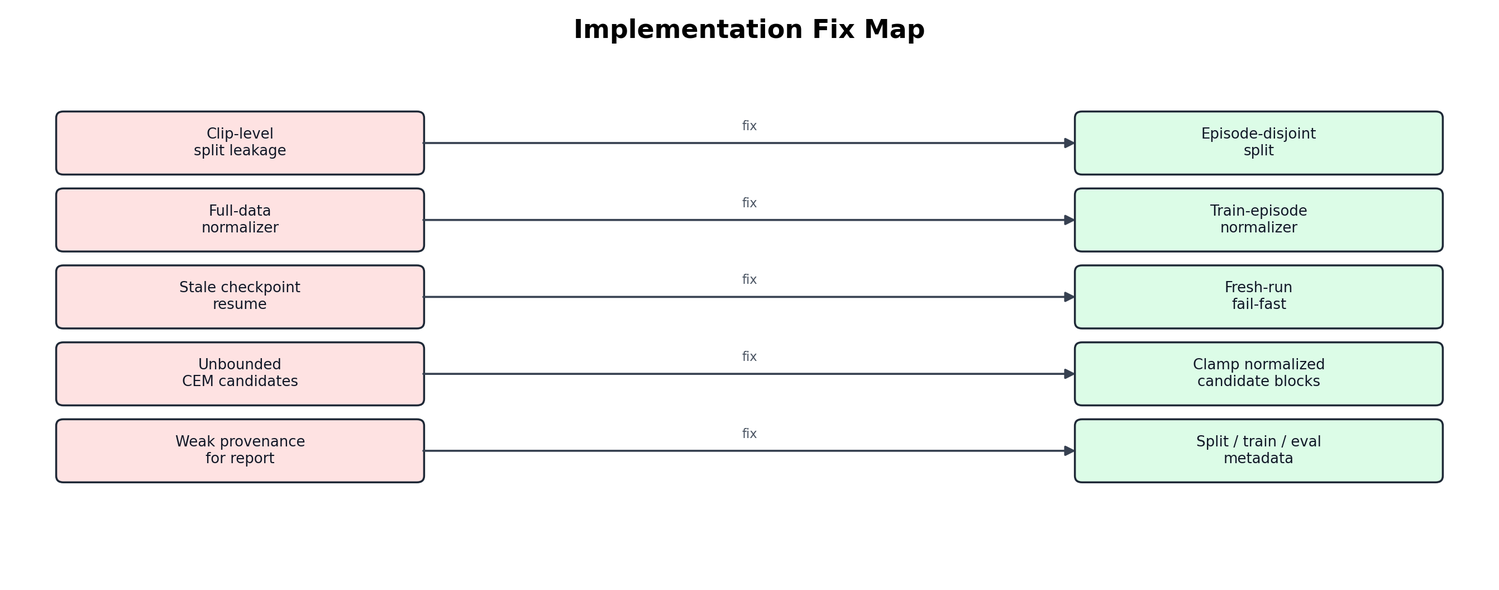
YichengDraw/af-lewm-lite-experiments keeps this Mermaid diagram as report/implementation_fix_map.png. Above is the earlier version. Its source is kept beside it as report/diagrams/implementation_fix_map.mmd. Source of this version:
```mermaid
flowchart LR
  A["Prior risk: clip-level split leakage"] --> B["Episode-disjoint train/val split"]
  C["Prior risk: full-data normalizer"] --> D["Normalizer fitted on train episodes"]
  E["Prior risk: stale checkpoint resume"] --> F["Fresh-run fail-fast unless resume=True"]
  G["Prior risk: invalid CEM candidates"] --> H["Bound normalized candidates and elites"]
  I["Prior risk: weak result provenance"] --> J["Store split/train/eval source metadata"]
```
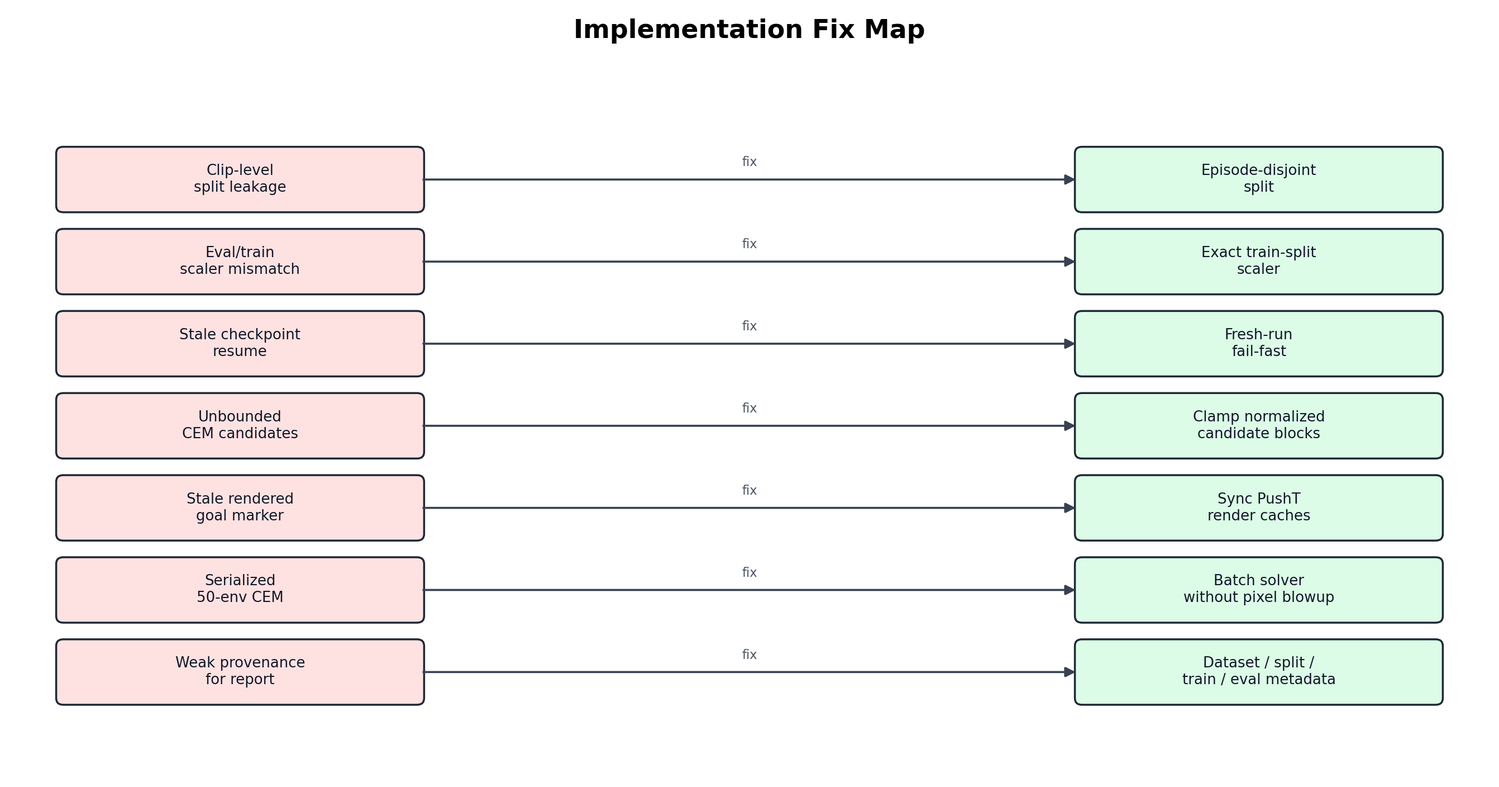
The same file after the commit.

Commit message:
Sync report sources with exact eval rerun

Change to the diagram source:
```diff
@@ -1,6 +1,8 @@
 flowchart LR
   A["Prior risk: clip-level split leakage"] --> B["Episode-disjoint train/val split"]
-  C["Prior risk: full-data normalizer"] --> D["Normalizer fitted on train episodes"]
+  C["Prior risk: eval/train scaler mismatch"] --> D["Exact train-split scaler reconstruction"]
   E["Prior risk: stale checkpoint resume"] --> F["Fresh-run fail-fast unless resume=True"]
   G["Prior risk: invalid CEM candidates"] --> H["Bound normalized candidates and elites"]
-  I["Prior risk: weak result provenance"] --> J["Store split/train/eval source metadata"]
+  I["Prior risk: stale rendered goal marker"] --> J["Sync PushT goal render caches after reset"]
+  K["Prior risk: serialized 50-env CEM"] --> L["Batch solver across eval envs without candidate pixel expansion"]
+  M["Prior risk: weak result provenance"] --> N["Store dataset/split/train/eval source metadata"]
```
